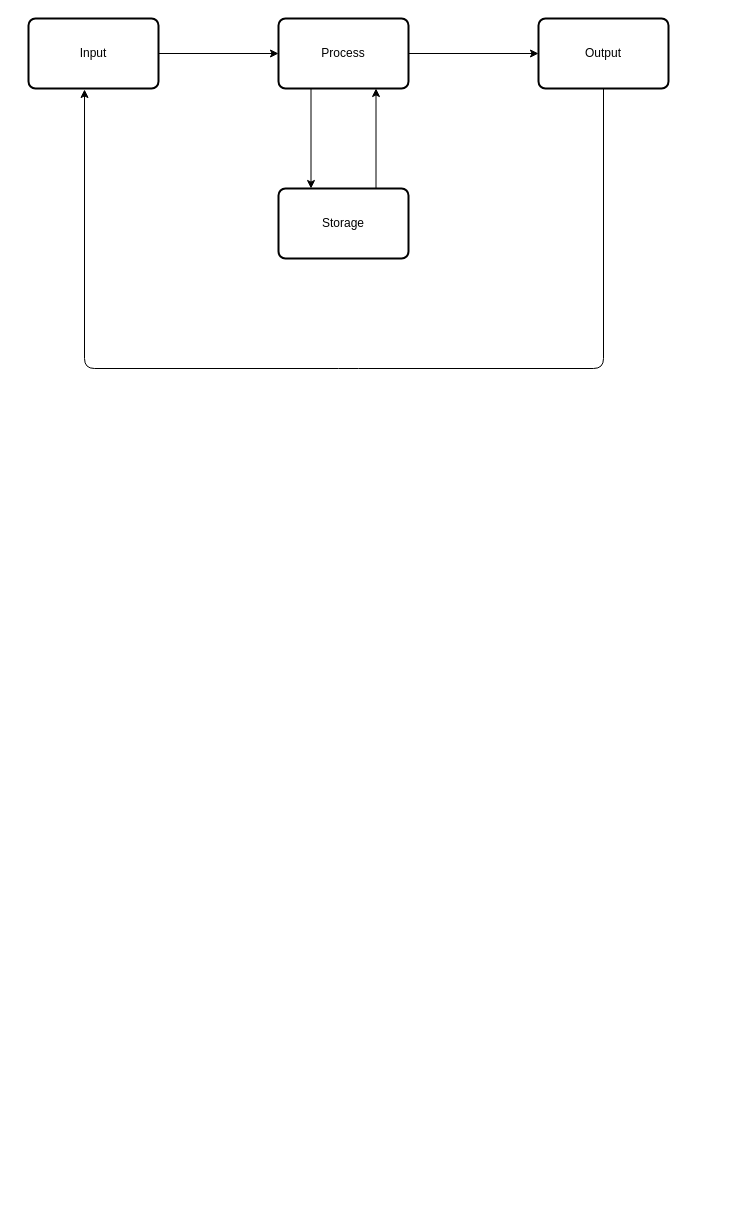
Before: input output process.drawio in Aektawan/Aektawan.github.io, a draw.io diagram. Source tidied: cells renumbered, new cells numbered last; positions are measured from the earlier drawing's top-left corner, leaving out a move shared by most shapes. Both pictures are drawn from the tidied source at 100%, with x=0, y=0 at pixel (28, 18).
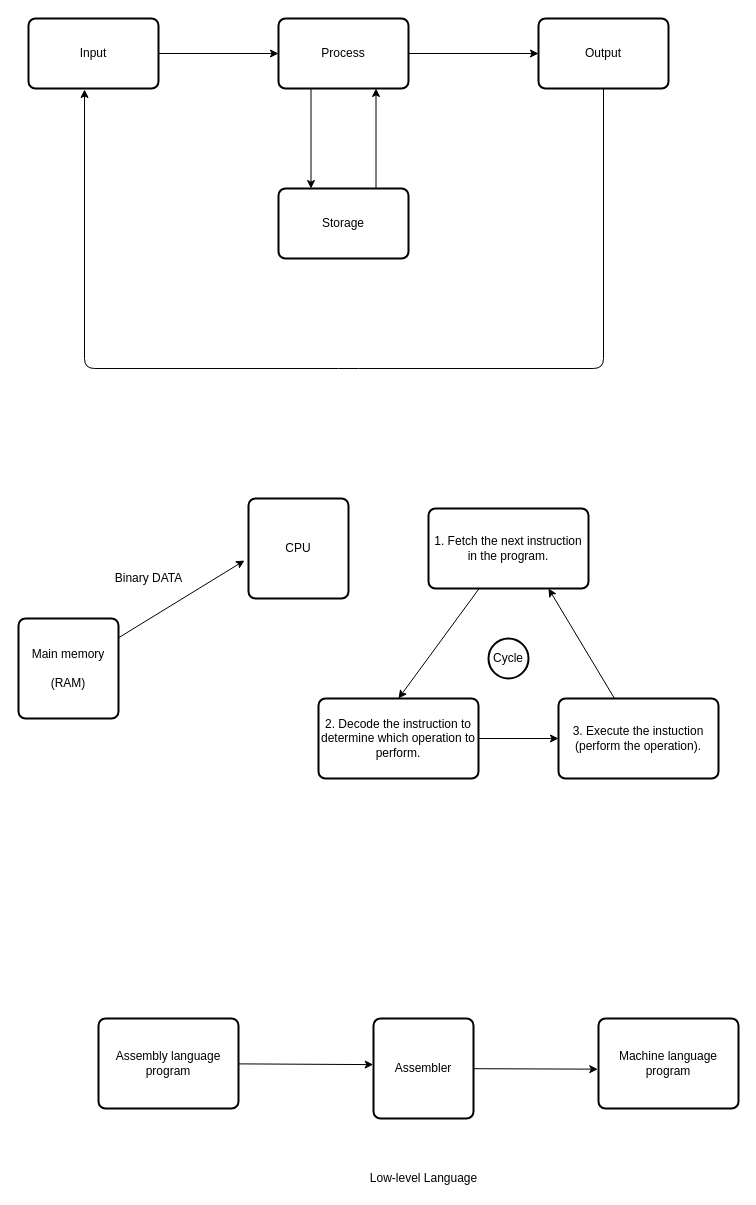
The same page after the edit.

What changed in the source:
```diff
@@
+    <mxCell id="11" style="edgeStyle=none;html=1;entryX=-0.04;entryY=0.62;entryDx=0;entryDy=0;entryPerimeter=0;" parent="1" edge="1" source="12" target="13">
+      <mxGeometry relative="1" as="geometry" />
+    </mxCell>
+    <mxCell id="12" value="Main memory&lt;br&gt;&lt;br&gt;(RAM)" style="rounded=1;whiteSpace=wrap;html=1;absoluteArcSize=1;arcSize=14;strokeWidth=2;" parent="1" vertex="1">
+      <mxGeometry x="-10" y="600" width="100" height="100" as="geometry" />
+    </mxCell>
+    <mxCell id="13" value="CPU" style="rounded=1;whiteSpace=wrap;html=1;absoluteArcSize=1;arcSize=14;strokeWidth=2;" parent="1" vertex="1">
+      <mxGeometry x="220" y="480" width="100" height="100" as="geometry" />
+    </mxCell>
+    <mxCell id="14" value="Binary DATA" style="text;html=1;align=center;verticalAlign=middle;strokeColor=none;fillColor=none;" parent="1" vertex="1">
+      <mxGeometry x="80" y="550" width="80" height="20" as="geometry" />
+    </mxCell>
+    <mxCell id="15" style="edgeStyle=none;html=1;entryX=0.5;entryY=0;entryDx=0;entryDy=0;" parent="1" edge="1" source="16" target="20">
+      <mxGeometry relative="1" as="geometry" />
+    </mxCell>
+    <mxCell id="16" value="1. Fetch the next instruction in the program." style="rounded=1;whiteSpace=wrap;html=1;absoluteArcSize=1;arcSize=14;strokeWidth=2;" parent="1" vertex="1">
+      <mxGeometry x="400" y="490" width="160" height="80" as="geometry" />
+    </mxCell>
+    <mxCell id="17" style="edgeStyle=none;html=1;entryX=0.75;entryY=1;entryDx=0;entryDy=0;" parent="1" edge="1" source="18" target="16">
+      <mxGeometry relative="1" as="geometry" />
+    </mxCell>
+    <mxCell id="18" value="3. Execute the instuction (perform the operation)." style="rounded=1;whiteSpace=wrap;html=1;absoluteArcSize=1;arcSize=14;strokeWidth=2;" parent="1" vertex="1">
+      <mxGeometry x="530" y="680" width="160" height="80" as="geometry" />
+    </mxCell>
+    <mxCell id="19" style="edgeStyle=none;html=1;entryX=0;entryY=0.5;entryDx=0;entryDy=0;" parent="1" edge="1" source="20" target="18">
+      <mxGeometry relative="1" as="geometry" />
+    </mxCell>
+    <mxCell id="20" value="2. Decode the instruction to determine which operation to perform." style="rounded=1;whiteSpace=wrap;html=1;absoluteArcSize=1;arcSize=14;strokeWidth=2;" parent="1" vertex="1">
+      <mxGeometry x="290" y="680" width="160" height="80" as="geometry" />
+    </mxCell>
+    <mxCell id="21" value="Cycle" style="strokeWidth=2;html=1;shape=mxgraph.flowchart.start_2;whiteSpace=wrap;" parent="1" vertex="1">
+      <mxGeometry x="460" y="620" width="40" height="40" as="geometry" />
+    </mxCell>
+    <mxCell id="22" style="edgeStyle=none;html=1;entryX=-0.005;entryY=0.563;entryDx=0;entryDy=0;entryPerimeter=0;" parent="1" edge="1" source="23" target="26">
+      <mxGeometry relative="1" as="geometry" />
+    </mxCell>
+    <mxCell id="23" value="Assembler" style="rounded=1;whiteSpace=wrap;html=1;absoluteArcSize=1;arcSize=14;strokeWidth=2;" parent="1" vertex="1">
+      <mxGeometry x="345" y="1000" width="100" height="100" as="geometry" />
+    </mxCell>
+    <mxCell id="24" style="edgeStyle=none;html=1;entryX=-0.003;entryY=0.461;entryDx=0;entryDy=0;entryPerimeter=0;" parent="1" edge="1" source="25" target="23">
+      <mxGeometry relative="1" as="geometry" />
+    </mxCell>
+    <mxCell id="25" value="Assembly language program" style="rounded=1;whiteSpace=wrap;html=1;absoluteArcSize=1;arcSize=14;strokeWidth=2;" parent="1" vertex="1">
+      <mxGeometry x="70" y="1000" width="140" height="90" as="geometry" />
+    </mxCell>
+    <mxCell id="26" value="Machine language program" style="rounded=1;whiteSpace=wrap;html=1;absoluteArcSize=1;arcSize=14;strokeWidth=2;" parent="1" vertex="1">
+      <mxGeometry x="570" y="1000" width="140" height="90" as="geometry" />
+    </mxCell>
+    <mxCell id="27" value="Low-level Language" style="text;html=1;align=center;verticalAlign=middle;strokeColor=none;fillColor=none;" parent="1" vertex="1">
+      <mxGeometry x="335" y="1150" width="120" height="20" as="geometry" />
+    </mxCell>
```
